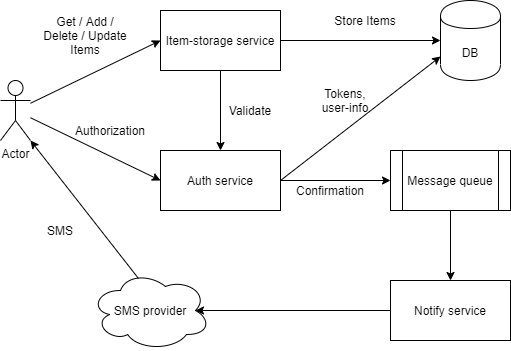
The draw.io diagram docs/Diagram.png in DimasKovas/dist-sys, before a commit. Source tidied: cells renumbered, new cells last; positions are measured from the earlier drawing's top-left corner, leaving out a move shared by most shapes.
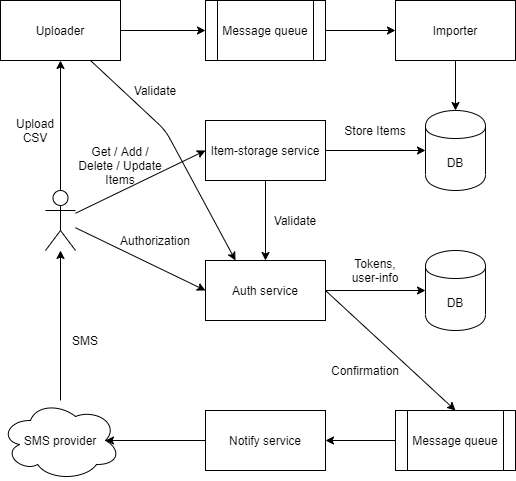
Above is the later version.

The edit, as a diff of the source:
```diff
@@ -2,22 +2,22 @@
   <root>
     <mxCell id="0" />
     <mxCell id="1" parent="0" />
-    <mxCell id="2" value="Actor" style="shape=umlActor;verticalLabelPosition=bottom;labelBackgroundColor=#ffffff;verticalAlign=top;html=1;outlineConnect=0;" parent="1" vertex="1">
-      <mxGeometry y="80" width="30" height="60" as="geometry" />
+    <mxCell id="2" style="shape=umlActor;verticalLabelPosition=bottom;labelBackgroundColor=#ffffff;verticalAlign=top;html=1;outlineConnect=0;" parent="1" vertex="1">
+      <mxGeometry x="60" y="220" width="30" height="60" as="geometry" />
     </mxCell>
     <mxCell id="3" value="DB" style="shape=cylinder;whiteSpace=wrap;html=1;boundedLbl=1;backgroundOutline=1;" parent="1" vertex="1">
-      <mxGeometry x="440" width="60" height="80" as="geometry" />
+      <mxGeometry x="440" y="140" width="60" height="80" as="geometry" />
     </mxCell>
     <mxCell id="4" value="Item-storage service" style="rounded=0;whiteSpace=wrap;html=1;" parent="1" vertex="1">
-      <mxGeometry x="160" y="10" width="120" height="60" as="geometry" />
+      <mxGeometry x="220" y="150" width="120" height="60" as="geometry" />
     </mxCell>
     <mxCell id="5" value="Auth service" style="rounded=0;whiteSpace=wrap;html=1;" parent="1" vertex="1">
-      <mxGeometry x="160" y="150" width="120" height="60" as="geometry" />
+      <mxGeometry x="220" y="290" width="120" height="60" as="geometry" />
     </mxCell>
     <mxCell id="6" style="endArrow=classic;html=1;exitX=1;exitY=0.5;exitDx=0;exitDy=0;entryX=0;entryY=0.5;entryDx=0;entryDy=0;" parent="1" edge="1" source="4" target="3">
       <mxGeometry relative="1" as="geometry" />
     </mxCell>
-    <mxCell id="7" style="endArrow=classic;html=1;exitX=1;exitY=0.5;exitDx=0;exitDy=0;entryX=0;entryY=0.7;entryDx=0;entryDy=0;" parent="1" edge="1" source="5" target="3">
+    <mxCell id="7" style="endArrow=classic;html=1;exitX=1;exitY=0.5;exitDx=0;exitDy=0;" parent="1" edge="1" source="5" target="25">
       <mxGeometry relative="1" as="geometry" />
     </mxCell>
     <mxCell id="8" style="endArrow=classic;html=1;entryX=0;entryY=0.5;entryDx=0;entryDy=0;" parent="1" edge="1" source="2" target="4">
@@ -30,48 +30,83 @@
       <mxGeometry relative="1" as="geometry" />
     </mxCell>
     <mxCell id="11" value="Validate" style="text;html=1;strokeColor=none;fillColor=none;align=center;verticalAlign=middle;whiteSpace=wrap;rounded=0;" parent="1" vertex="1">
-      <mxGeometry x="230" y="100" width="40" height="20" as="geometry" />
+      <mxGeometry x="290" y="240" width="40" height="20" as="geometry" />
     </mxCell>
     <mxCell id="12" value="Store Items" style="text;html=1;strokeColor=none;fillColor=none;align=center;verticalAlign=middle;whiteSpace=wrap;rounded=0;" parent="1" vertex="1">
-      <mxGeometry x="330" y="10" width="70" height="20" as="geometry" />
+      <mxGeometry x="355" y="150" width="70" height="20" as="geometry" />
     </mxCell>
     <mxCell id="13" value="Authorization" style="text;html=1;strokeColor=none;fillColor=none;align=center;verticalAlign=middle;whiteSpace=wrap;rounded=0;" parent="1" vertex="1">
-      <mxGeometry x="90" y="120" width="40" height="20" as="geometry" />
+      <mxGeometry x="150" y="260" width="40" height="20" as="geometry" />
     </mxCell>
     <mxCell id="14" value="Get / Add / Delete / Update Items" style="text;html=1;strokeColor=none;fillColor=none;align=center;verticalAlign=middle;whiteSpace=wrap;rounded=0;" parent="1" vertex="1">
-      <mxGeometry x="40" y="20" width="90" height="30" as="geometry" />
+      <mxGeometry x="90" y="180" width="90" height="30" as="geometry" />
     </mxCell>
     <mxCell id="15" value="Tokens, user-info" style="text;html=1;strokeColor=none;fillColor=none;align=center;verticalAlign=middle;whiteSpace=wrap;rounded=0;" parent="1" vertex="1">
-      <mxGeometry x="320" y="90" width="50" height="20" as="geometry" />
+      <mxGeometry x="365" y="290" width="50" height="20" as="geometry" />
     </mxCell>
     <mxCell id="16" value="SMS provider" style="ellipse;shape=cloud;whiteSpace=wrap;html=1;" parent="1" vertex="1">
-      <mxGeometry x="90" y="270" width="120" height="80" as="geometry" />
+      <mxGeometry x="15" y="430" width="120" height="80" as="geometry" />
     </mxCell>
     <mxCell id="17" value="Notify service" style="rounded=0;whiteSpace=wrap;html=1;" parent="1" vertex="1">
-      <mxGeometry x="390" y="280" width="120" height="60" as="geometry" />
+      <mxGeometry x="220" y="440" width="120" height="60" as="geometry" />
     </mxCell>
     <mxCell id="18" value="Message queue" style="shape=process;whiteSpace=wrap;html=1;backgroundOutline=1;" parent="1" vertex="1">
-      <mxGeometry x="390" y="150" width="120" height="60" as="geometry" />
+      <mxGeometry x="410" y="440" width="120" height="60" as="geometry" />
     </mxCell>
-    <mxCell id="19" style="endArrow=classic;html=1;exitX=1;exitY=0.5;exitDx=0;exitDy=0;entryX=0;entryY=0.5;entryDx=0;entryDy=0;" parent="1" edge="1" source="5" target="18">
+    <mxCell id="19" style="endArrow=classic;html=1;exitX=1;exitY=0.5;exitDx=0;exitDy=0;entryX=0.5;entryY=0;entryDx=0;entryDy=0;" parent="1" edge="1" source="5" target="18">
       <mxGeometry relative="1" as="geometry" />
     </mxCell>
-    <mxCell id="20" style="endArrow=classic;html=1;exitX=0.5;exitY=1;exitDx=0;exitDy=0;entryX=0.5;entryY=0;entryDx=0;entryDy=0;" parent="1" edge="1" source="18" target="17">
+    <mxCell id="20" style="endArrow=classic;html=1;exitX=0;exitY=0.5;exitDx=0;exitDy=0;entryX=1;entryY=0.5;entryDx=0;entryDy=0;" parent="1" edge="1" source="18" target="17">
       <mxGeometry relative="1" as="geometry" />
     </mxCell>
     <mxCell id="21" style="endArrow=classic;html=1;exitX=0;exitY=0.5;exitDx=0;exitDy=0;entryX=0.875;entryY=0.5;entryDx=0;entryDy=0;entryPerimeter=0;" parent="1" edge="1" source="17" target="16">
       <mxGeometry relative="1" as="geometry" />
     </mxCell>
-    <mxCell id="22" style="endArrow=classic;html=1;exitX=0.4;exitY=0.1;exitDx=0;exitDy=0;exitPerimeter=0;" parent="1" edge="1" source="16">
-      <mxGeometry relative="1" as="geometry">
-        <mxPoint x="30" y="140" as="targetPoint" />
-      </mxGeometry>
+    <mxCell id="22" style="endArrow=classic;html=1;" parent="1" edge="1" source="16" target="2">
+      <mxGeometry relative="1" as="geometry" />
     </mxCell>
     <mxCell id="23" value="Confirmation" style="text;html=1;strokeColor=none;fillColor=none;align=center;verticalAlign=middle;whiteSpace=wrap;rounded=0;" parent="1" vertex="1">
-      <mxGeometry x="310" y="180" width="40" height="20" as="geometry" />
+      <mxGeometry x="360" y="390" width="40" height="20" as="geometry" />
     </mxCell>
     <mxCell id="24" value="SMS" style="text;html=1;strokeColor=none;fillColor=none;align=center;verticalAlign=middle;whiteSpace=wrap;rounded=0;" parent="1" vertex="1">
-      <mxGeometry x="40" y="220" width="40" height="20" as="geometry" />
+      <mxGeometry x="80" y="360" width="40" height="20" as="geometry" />
     </mxCell>
+    <mxCell id="25" value="DB" style="shape=cylinder;whiteSpace=wrap;html=1;boundedLbl=1;backgroundOutline=1;" parent="1" vertex="1">
+      <mxGeometry x="440" y="280" width="60" height="80" as="geometry" />
+    </mxCell>
+    <mxCell id="26" value="Uploader" style="rounded=0;whiteSpace=wrap;html=1;" parent="1" vertex="1">
+      <mxGeometry x="15" y="30" width="120" height="60" as="geometry" />
+    </mxCell>
+    <mxCell id="27" value="Importer" style="rounded=0;whiteSpace=wrap;html=1;" parent="1" vertex="1">
+      <mxGeometry x="410" y="30" width="120" height="60" as="geometry" />
+    </mxCell>
+    <mxCell id="28" value="Message queue" style="shape=process;whiteSpace=wrap;html=1;backgroundOutline=1;" parent="1" vertex="1">
+      <mxGeometry x="220" y="30" width="120" height="60" as="geometry" />
+    </mxCell>
+    <mxCell id="29" style="endArrow=classic;html=1;entryX=0.5;entryY=1;entryDx=0;entryDy=0;exitX=0.5;exitY=0;exitDx=0;exitDy=0;exitPerimeter=0;" parent="1" edge="1" source="2" target="26">
+      <mxGeometry relative="1" as="geometry" />
+    </mxCell>
+    <mxCell id="30" style="endArrow=classic;html=1;entryX=0;entryY=0.5;entryDx=0;entryDy=0;exitX=1;exitY=0.5;exitDx=0;exitDy=0;" parent="1" edge="1" source="26" target="28">
+      <mxGeometry relative="1" as="geometry" />
+    </mxCell>
+    <mxCell id="31" style="endArrow=classic;html=1;entryX=0;entryY=0.5;entryDx=0;entryDy=0;exitX=1;exitY=0.5;exitDx=0;exitDy=0;" parent="1" edge="1" source="28" target="27">
+      <mxGeometry relative="1" as="geometry" />
+    </mxCell>
+    <mxCell id="32" style="endArrow=classic;html=1;entryX=0.5;entryY=0;entryDx=0;entryDy=0;exitX=0.5;exitY=1;exitDx=0;exitDy=0;" parent="1" edge="1" source="27" target="3">
+      <mxGeometry relative="1" as="geometry" />
+    </mxCell>
+    <mxCell id="33" value="Upload CSV" style="text;html=1;strokeColor=none;fillColor=none;align=center;verticalAlign=middle;whiteSpace=wrap;rounded=0;" parent="1" vertex="1">
+      <mxGeometry x="30" y="150" width="40" height="20" as="geometry" />
+    </mxCell>
+    <mxCell id="34" style="endArrow=classic;html=1;exitX=0.75;exitY=1;exitDx=0;exitDy=0;entryX=0.25;entryY=0;entryDx=0;entryDy=0;" parent="1" edge="1" source="26" target="5">
+      <mxGeometry relative="1" as="geometry">
+        <Array as="points">
+          <mxPoint x="180" y="160" />
+        </Array>
+      </mxGeometry>
+    </mxCell>
+    <mxCell id="35" value="Validate" style="text;html=1;strokeColor=none;fillColor=none;align=center;verticalAlign=middle;whiteSpace=wrap;rounded=0;" parent="1" vertex="1">
+      <mxGeometry x="150" y="110" width="40" height="20" as="geometry" />
+    </mxCell>
   </root>
 </mxGraphModel>
```
